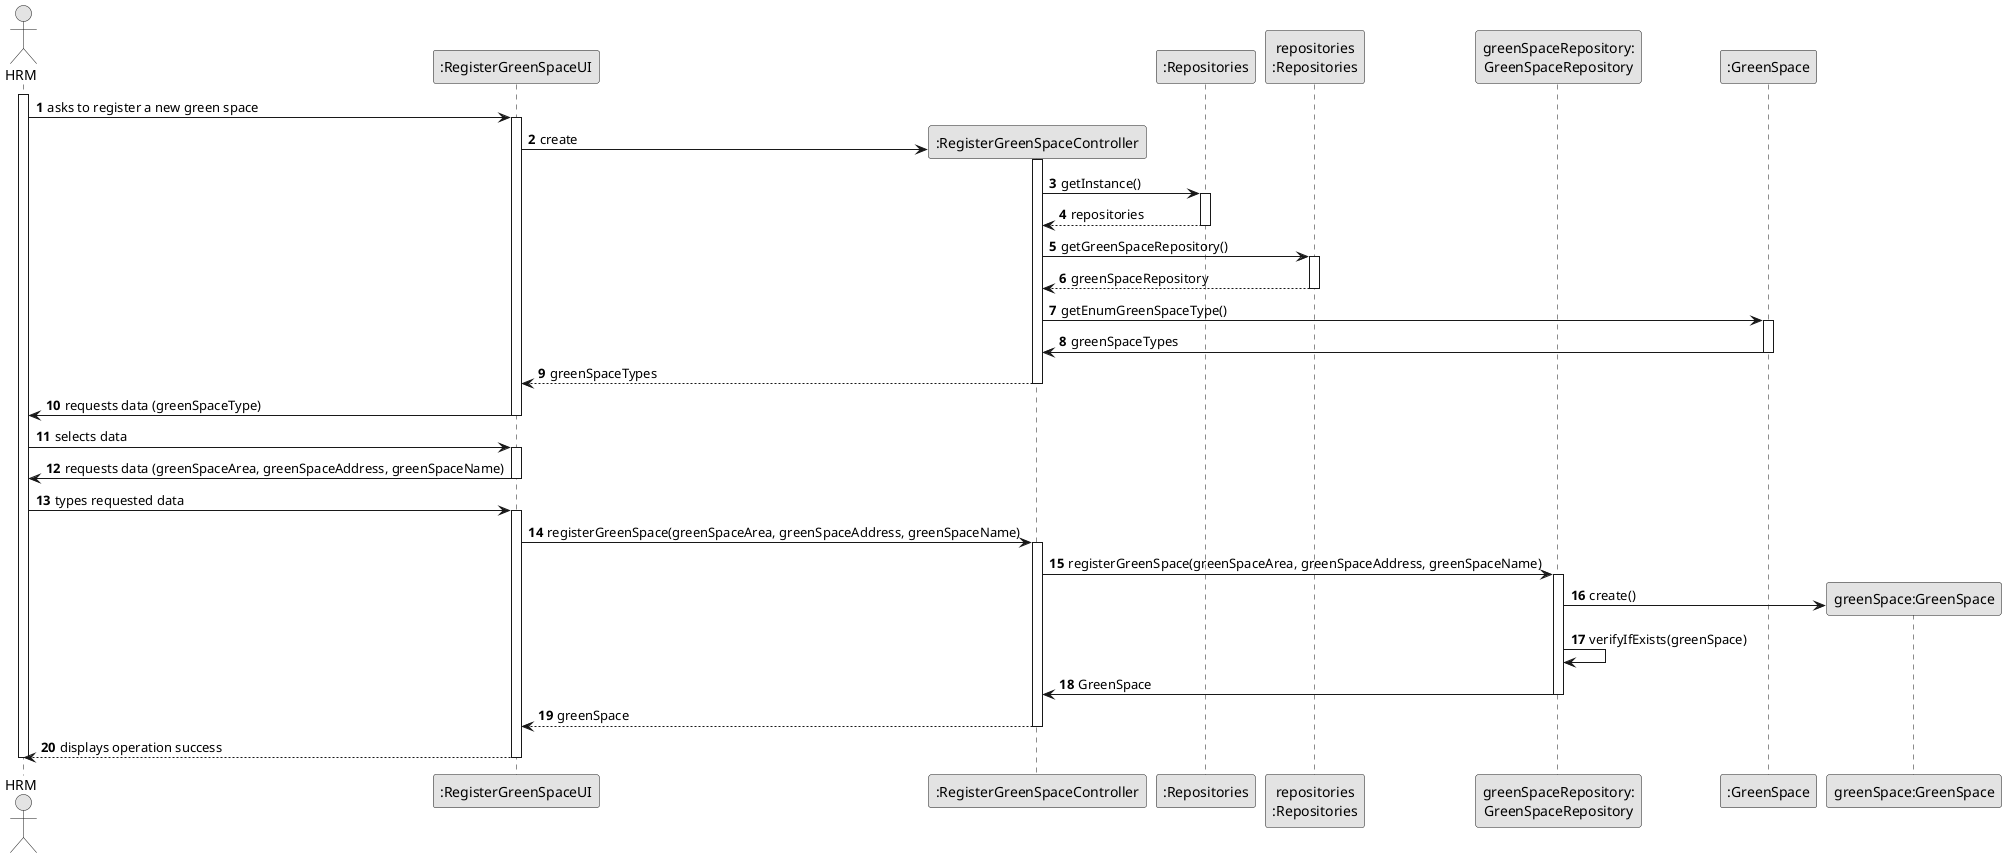
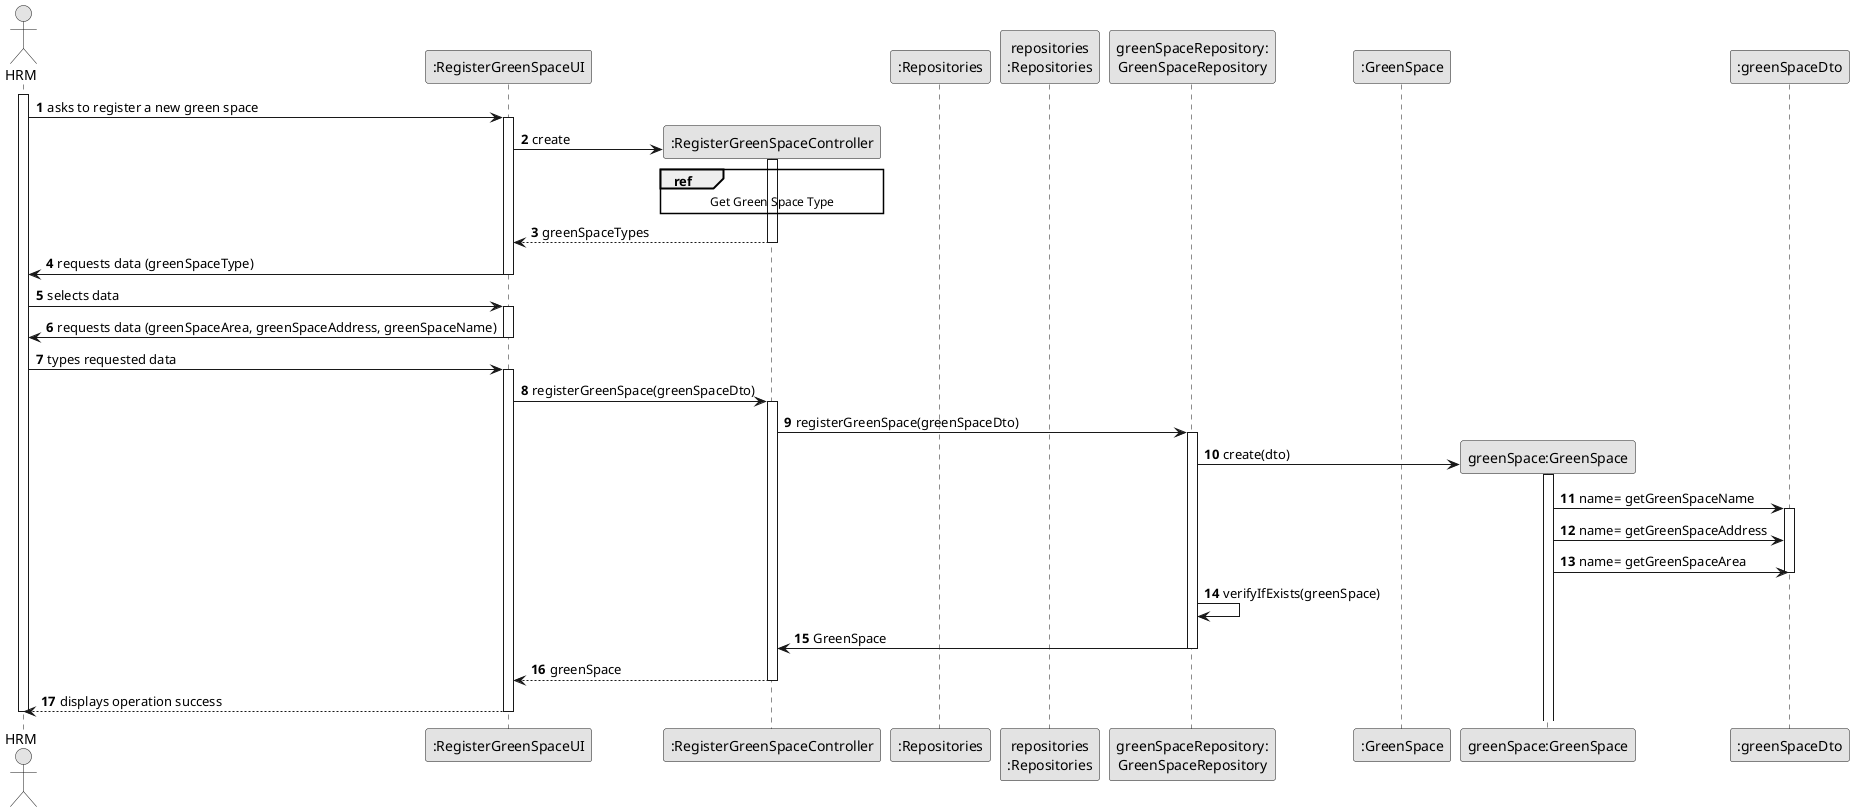
@startuml
skinparam monochrome true
skinparam packageStyle rectangle
skinparam shadowing false

autonumber

'hide footbox
actor "HRM" as HRM
participant ":RegisterGreenSpaceUI" as UI
participant ":RegisterGreenSpaceController" as CTRL
participant ":Repositories" as RepositorySingleton
participant "repositories\n:Repositories" as PLAT
participant "greenSpaceRepository:\nGreenSpaceRepository" as greenSpaceRepository
participant ":GreenSpace" as classObj
participant "greenSpace:GreenSpace" as obj
+ participant ":greenSpaceDto" as dto
+ 



activate HRM

        HRM -> UI : asks to register a new green space

        activate UI

'            UI --> HRM : requests data (reference, description,  informal \n description, technical description, duration, cost)
            'create CTRL
            UI -> CTRL** : create
            activate CTRL










-                 CTRL -> RepositorySingleton : getInstance()
-                 activate RepositorySingleton

-                     RepositorySingleton --> CTRL: repositories
-                 deactivate RepositorySingleton
- 
-                 CTRL -> PLAT : getGreenSpaceRepository()
-                 activate PLAT
- 
-                     PLAT --> CTRL: greenSpaceRepository
-                 deactivate PLAT
+                 ref over CTRL
+                                                 Get Green Space Type
+                                         end


- 
- 
-                 CTRL -> classObj : getEnumGreenSpaceType()
-                 activate classObj
- 
-                 classObj -> CTRL: greenSpaceTypes
- 
-                 deactivate




                CTRL --> UI: greenSpaceTypes

               deactivate



               UI -> HRM : requests data (greenSpaceType)
               deactivate UI

                HRM -> UI: selects data
                activate UI


                HRM <- UI: requests data (greenSpaceArea, greenSpaceAddress, greenSpaceName)
                deactivate UI
                HRM -> UI: types requested data
                activate UI

-                 UI -> CTRL: registerGreenSpace(greenSpaceArea, greenSpaceAddress, greenSpaceName)
+                 UI -> CTRL: registerGreenSpace(greenSpaceDto)
                activate CTRL

-                 CTRL -> greenSpaceRepository : registerGreenSpace(greenSpaceArea, greenSpaceAddress, greenSpaceName)
+                 CTRL -> greenSpaceRepository : registerGreenSpace(greenSpaceDto)



                activate greenSpaceRepository
-                 greenSpaceRepository -> obj** : create()
+ 
+                 greenSpaceRepository -> obj** : create(dto)
+ 
+                 activate obj
+ 
+                 obj -> dto : name= getGreenSpaceName
+                 activate dto
+                 obj -> dto : name= getGreenSpaceAddress
+ 
+                 obj -> dto : name= getGreenSpaceArea
+                 deactivate dto
+ 
+ 
+ 
+ 
+ 

                greenSpaceRepository-> greenSpaceRepository: verifyIfExists(greenSpace)

                greenSpaceRepository -> CTRL : GreenSpace
                deactivate greenSpaceRepository



                CTRL --> UI : greenSpace
            deactivate CTRL


            UI --> HRM : displays operation success
    deactivate UI

deactivate HRM

@enduml